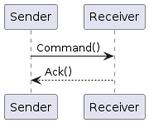
The PlantUML diagram docs/html/inline_umlgraph_1.png in Ofek98/VacuumCleaner, before a commit. Its diagram source:
```plantuml
@startuml inline_umlgraph_1.png
   Sender->Receiver  : Command()
   Sender<--Receiver : Ack()
@enduml
```
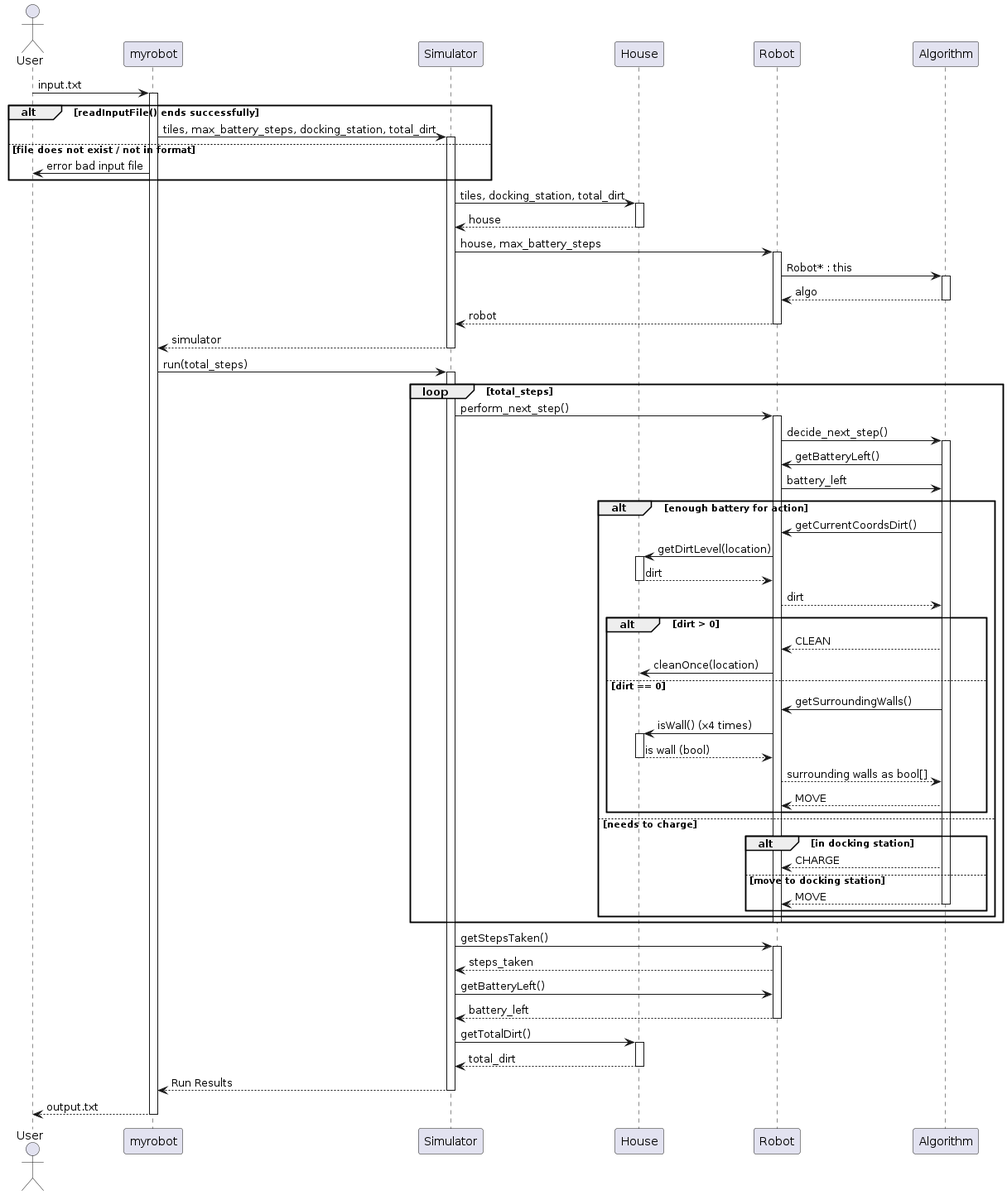
The same file after the commit.

Diff of the diagram source:
```diff
@@ -1,4 +1,96 @@
 @startuml inline_umlgraph_1.png
-   Sender->Receiver  : Command()
-   Sender<--Receiver : Ack()
+actor User
+
+participant myrobot
+
+participant Simulator
+
+participant House
+participant Robot
+
+participant Algorithm
+User->myrobot:input.txt
+activate myrobot
+alt readInputFile() ends successfully
+myrobot->Simulator:tiles, max_battery_steps, docking_station, total_dirt
+activate Simulator
+else file does not exist / not in format
+User<-myrobot:error bad input file
+end
+Simulator->House:tiles, docking_station, total_dirt
+activate House
+Simulator<--House:house
+deactivate House
+Simulator->Robot:house, max_battery_steps
+activate Robot
+Robot->Algorithm:Robot* : this
+activate Algorithm
+Robot<--Algorithm:algo
+deactivate Algorithm
+Simulator<--Robot:robot
+deactivate Robot
+myrobot<--Simulator:simulator
+deactivate Simulator
+
+myrobot->Simulator:run(total_steps)
+activate Simulator
+
+loop total_steps
+Simulator->Robot:perform_next_step()
+activate Robot
+
+Robot->Algorithm:decide_next_step()
+activate Algorithm
+Robot<-Algorithm:getBatteryLeft()
+Robot->Algorithm:battery_left
+alt enough battery for action
+Robot<-Algorithm:getCurrentCoordsDirt()
+House<-Robot:getDirtLevel(location)
+activate House
+House-->Robot:dirt
+deactivate House
+Robot-->Algorithm:dirt
+
+alt dirt > 0
+Robot<--Algorithm:CLEAN
+House<-Robot:cleanOnce(location)
+else dirt == 0
+Robot<-Algorithm:getSurroundingWalls()
+House<-Robot:isWall() (x4 times)
+activate House
+House-->Robot:is wall (bool)
+deactivate House
+Robot-->Algorithm:surrounding walls as bool[]
+Robot<--Algorithm:MOVE
+
+end
+else needs to charge
+
+alt in docking station
+Robot<--Algorithm:CHARGE
+else move to docking station
+
+
+Robot<--Algorithm:MOVE
+deactivate Algorithm
+end
+end
+deactivate Robot
+end
+
+Simulator->Robot:getStepsTaken()
+activate Robot
+Simulator<--Robot:steps_taken
+Simulator->Robot:getBatteryLeft()
+Simulator<--Robot:battery_left
+deactivate Robot
+Simulator->House:getTotalDirt()
+activate House
+Simulator<--House:total_dirt
+deactivate House
+myrobot<--Simulator:Run Results
+deactivate Simulator
+
+User<--myrobot:output.txt
+deactivate myrobot
 @enduml
```
